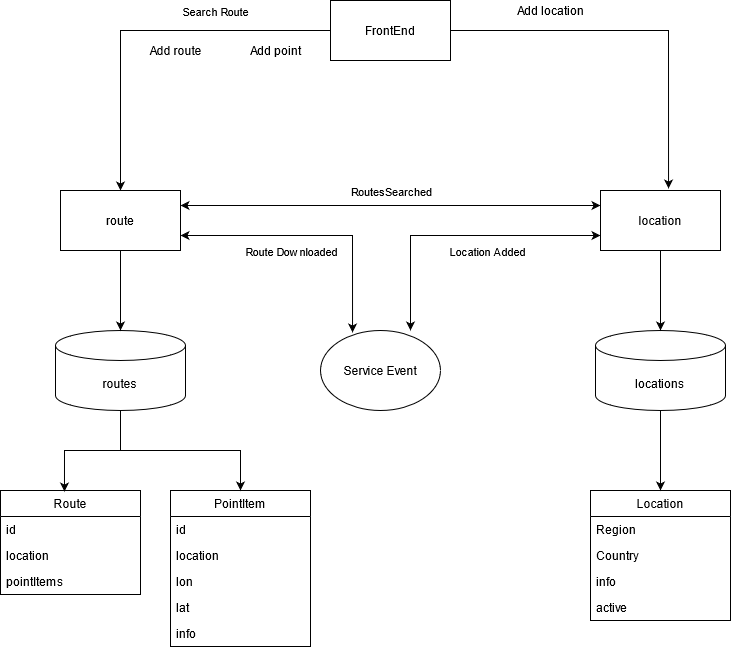
Earlier version of the draw.io export Loctravel-Component Diagram.png (aaandruha/Architect_WebApp). Source tidied: cells renumbered, new cells last; positions are measured from the earlier drawing's top-left corner, leaving out a move shared by most shapes. Source of this version:
```xml
<mxGraphModel>
  <root>
    <mxCell id="0" />
    <mxCell id="1" parent="0" />
    <mxCell id="2" style="edgeStyle=orthogonalEdgeStyle;rounded=0;jettySize=auto;html=1;exitX=0.5;exitY=1;exitDx=0;exitDy=0;exitPerimeter=0;entryX=0.457;entryY=0.01;entryDx=0;entryDy=0;entryPerimeter=0;startArrow=none;startFill=0;endArrow=classic;endFill=1;strokeColor=#000000;" parent="1" edge="1" source="4" target="22">
      <mxGeometry relative="1" as="geometry" />
    </mxCell>
    <mxCell id="3" style="edgeStyle=orthogonalEdgeStyle;rounded=0;jettySize=auto;html=1;exitX=0.5;exitY=1;exitDx=0;exitDy=0;exitPerimeter=0;entryX=0.5;entryY=0;entryDx=0;entryDy=0;startArrow=none;startFill=0;endArrow=classic;endFill=1;strokeColor=#000000;" parent="1" edge="1" source="4" target="26">
      <mxGeometry relative="1" as="geometry" />
    </mxCell>
    <mxCell id="4" value="routes" style="shape=cylinder3;whiteSpace=wrap;html=1;boundedLbl=1;backgroundOutline=1;size=15;" parent="1" vertex="1">
      <mxGeometry x="55" y="330" width="130" height="80" as="geometry" />
    </mxCell>
    <mxCell id="5" style="edgeStyle=orthogonalEdgeStyle;rounded=0;jettySize=auto;html=1;exitX=0.5;exitY=1;exitDx=0;exitDy=0;exitPerimeter=0;startArrow=none;startFill=0;endArrow=classic;endFill=1;strokeColor=#000000;" parent="1" edge="1" source="6" target="32">
      <mxGeometry relative="1" as="geometry" />
    </mxCell>
    <mxCell id="6" value="&lt;div&gt;locations&lt;/div&gt;" style="shape=cylinder3;whiteSpace=wrap;html=1;boundedLbl=1;backgroundOutline=1;size=15;" parent="1" vertex="1">
      <mxGeometry x="595" y="330" width="130" height="80" as="geometry" />
    </mxCell>
    <mxCell id="7" style="edgeStyle=orthogonalEdgeStyle;rounded=0;jettySize=auto;html=1;exitX=1;exitY=0.25;exitDx=0;exitDy=0;entryX=0;entryY=0.25;entryDx=0;entryDy=0;startArrow=classic;startFill=1;" parent="1" edge="1" source="14" target="18">
      <mxGeometry relative="1" as="geometry" />
    </mxCell>
    <mxCell id="8" value="&lt;div&gt;RoutesSearched&lt;br&gt;&lt;/div&gt;" style="edgeLabel;html=1;align=center;verticalAlign=middle;" parent="7" vertex="1">
      <mxGeometry x="0.19" y="1" relative="1" as="geometry">
        <mxPoint x="-39" y="-14" as="offset" />
      </mxGeometry>
    </mxCell>
    <mxCell id="9" style="edgeStyle=orthogonalEdgeStyle;rounded=0;jettySize=auto;html=1;exitX=1;exitY=0.75;exitDx=0;exitDy=0;entryX=0.267;entryY=0.025;entryDx=0;entryDy=0;entryPerimeter=0;startArrow=classic;startFill=1;strokeColor=#000000;" parent="1" edge="1" source="14" target="19">
      <mxGeometry relative="1" as="geometry" />
    </mxCell>
    <mxCell id="10" value="&lt;div&gt;Route Downloaded&lt;/div&gt;" style="edgeLabel;html=1;align=center;verticalAlign=middle;" parent="9" vertex="1">
      <mxGeometry x="-0.28" y="-2" relative="1" as="geometry">
        <mxPoint x="13" y="13" as="offset" />
      </mxGeometry>
    </mxCell>
    <mxCell id="11" style="edgeStyle=orthogonalEdgeStyle;rounded=0;jettySize=auto;html=1;exitX=0.5;exitY=0;exitDx=0;exitDy=0;entryX=0;entryY=0.5;entryDx=0;entryDy=0;startArrow=classic;startFill=1;strokeColor=#000000;endArrow=none;endFill=0;" parent="1" edge="1" source="14" target="21">
      <mxGeometry relative="1" as="geometry" />
    </mxCell>
    <mxCell id="12" value="Search Route" style="edgeLabel;html=1;align=center;verticalAlign=middle;" parent="11" vertex="1">
      <mxGeometry x="0.37" y="-2" relative="1" as="geometry">
        <mxPoint y="-22" as="offset" />
      </mxGeometry>
    </mxCell>
    <mxCell id="13" style="edgeStyle=orthogonalEdgeStyle;rounded=0;jettySize=auto;html=1;exitX=0.5;exitY=1;exitDx=0;exitDy=0;startArrow=none;startFill=0;endArrow=classic;endFill=1;strokeColor=#000000;" parent="1" edge="1" source="14" target="4">
      <mxGeometry relative="1" as="geometry" />
    </mxCell>
    <mxCell id="14" value="&lt;div&gt;route&lt;/div&gt;" style="rounded=0;whiteSpace=wrap;html=1;" parent="1" vertex="1">
      <mxGeometry x="60" y="190" width="120" height="60" as="geometry" />
    </mxCell>
    <mxCell id="15" style="edgeStyle=orthogonalEdgeStyle;rounded=0;jettySize=auto;html=1;exitX=0;exitY=0.75;exitDx=0;exitDy=0;entryX=0.75;entryY=0;entryDx=0;entryDy=0;entryPerimeter=0;startArrow=classic;startFill=1;strokeColor=#000000;" parent="1" edge="1" source="18" target="19">
      <mxGeometry relative="1" as="geometry" />
    </mxCell>
    <mxCell id="16" value="&lt;div&gt;Location Added &lt;/div&gt;" style="edgeLabel;html=1;align=center;verticalAlign=middle;" parent="15" vertex="1">
      <mxGeometry x="-0.2" y="4" relative="1" as="geometry">
        <mxPoint y="11" as="offset" />
      </mxGeometry>
    </mxCell>
    <mxCell id="17" style="edgeStyle=orthogonalEdgeStyle;rounded=0;jettySize=auto;html=1;exitX=0.5;exitY=1;exitDx=0;exitDy=0;startArrow=none;startFill=0;endArrow=classic;endFill=1;strokeColor=#000000;" parent="1" edge="1" source="18" target="6">
      <mxGeometry relative="1" as="geometry" />
    </mxCell>
    <mxCell id="18" value="&lt;div&gt;location&lt;/div&gt;" style="rounded=0;whiteSpace=wrap;html=1;" parent="1" vertex="1">
      <mxGeometry x="600" y="190" width="120" height="60" as="geometry" />
    </mxCell>
    <mxCell id="19" value="&lt;div&gt;Service Event&lt;/div&gt;" style="ellipse;whiteSpace=wrap;html=1;" parent="1" vertex="1">
      <mxGeometry x="320" y="330" width="120" height="80" as="geometry" />
    </mxCell>
    <mxCell id="20" style="edgeStyle=orthogonalEdgeStyle;rounded=0;jettySize=auto;html=1;exitX=1;exitY=0.5;exitDx=0;exitDy=0;entryX=0.567;entryY=-0.033;entryDx=0;entryDy=0;entryPerimeter=0;startArrow=none;startFill=0;strokeColor=#000000;" parent="1" edge="1" source="21" target="18">
      <mxGeometry relative="1" as="geometry" />
    </mxCell>
    <mxCell id="21" value="&lt;div&gt;FrontEnd&lt;/div&gt;" style="rounded=0;whiteSpace=wrap;html=1;" parent="1" vertex="1">
      <mxGeometry x="330" width="120" height="60" as="geometry" />
    </mxCell>
    <mxCell id="22" value="Route" style="swimlane;fontStyle=0;horizontal=1;startSize=26;fillColor=none;" parent="1" vertex="1">
      <mxGeometry y="490" width="140" height="104" as="geometry" />
    </mxCell>
    <mxCell id="23" value="id" style="text;strokeColor=none;fillColor=none;align=left;verticalAlign=top;spacingLeft=4;spacingRight=4;overflow=hidden;" parent="22" vertex="1">
      <mxGeometry y="26" width="140" height="26" as="geometry" />
    </mxCell>
    <mxCell id="24" value="location" style="text;strokeColor=none;fillColor=none;align=left;verticalAlign=top;spacingLeft=4;spacingRight=4;overflow=hidden;" parent="22" vertex="1">
      <mxGeometry y="52" width="140" height="26" as="geometry" />
    </mxCell>
    <mxCell id="25" value="pointItems" style="text;strokeColor=none;fillColor=none;align=left;verticalAlign=top;spacingLeft=4;spacingRight=4;overflow=hidden;" parent="22" vertex="1">
      <mxGeometry y="78" width="140" height="26" as="geometry" />
    </mxCell>
    <mxCell id="26" value="PointItem" style="swimlane;fontStyle=0;horizontal=1;startSize=26;fillColor=none;" parent="1" vertex="1">
      <mxGeometry x="170" y="490" width="140" height="156" as="geometry" />
    </mxCell>
    <mxCell id="27" value="id" style="text;strokeColor=none;fillColor=none;align=left;verticalAlign=top;spacingLeft=4;spacingRight=4;overflow=hidden;" parent="26" vertex="1">
      <mxGeometry y="26" width="140" height="26" as="geometry" />
    </mxCell>
    <mxCell id="28" value="location" style="text;strokeColor=none;fillColor=none;align=left;verticalAlign=top;spacingLeft=4;spacingRight=4;overflow=hidden;" parent="26" vertex="1">
      <mxGeometry y="52" width="140" height="26" as="geometry" />
    </mxCell>
    <mxCell id="29" value="lon" style="text;strokeColor=none;fillColor=none;align=left;verticalAlign=top;spacingLeft=4;spacingRight=4;overflow=hidden;" parent="26" vertex="1">
      <mxGeometry y="78" width="140" height="26" as="geometry" />
    </mxCell>
    <mxCell id="30" value="lat" style="text;strokeColor=none;fillColor=none;align=left;verticalAlign=top;spacingLeft=4;spacingRight=4;overflow=hidden;" parent="26" vertex="1">
      <mxGeometry y="104" width="140" height="26" as="geometry" />
    </mxCell>
    <mxCell id="31" value="info" style="text;strokeColor=none;fillColor=none;align=left;verticalAlign=top;spacingLeft=4;spacingRight=4;overflow=hidden;" parent="26" vertex="1">
      <mxGeometry y="130" width="140" height="26" as="geometry" />
    </mxCell>
    <mxCell id="32" value="Location" style="swimlane;fontStyle=0;horizontal=1;startSize=26;fillColor=none;" parent="1" vertex="1">
      <mxGeometry x="590" y="490" width="140" height="130" as="geometry" />
    </mxCell>
    <mxCell id="33" value="Region" style="text;strokeColor=none;fillColor=none;align=left;verticalAlign=top;spacingLeft=4;spacingRight=4;overflow=hidden;" parent="32" vertex="1">
      <mxGeometry y="26" width="140" height="26" as="geometry" />
    </mxCell>
    <mxCell id="34" value="Country" style="text;strokeColor=none;fillColor=none;align=left;verticalAlign=top;spacingLeft=4;spacingRight=4;overflow=hidden;" parent="32" vertex="1">
      <mxGeometry y="52" width="140" height="26" as="geometry" />
    </mxCell>
    <mxCell id="35" value="info" style="text;strokeColor=none;fillColor=none;align=left;verticalAlign=top;spacingLeft=4;spacingRight=4;overflow=hidden;" parent="32" vertex="1">
      <mxGeometry y="78" width="140" height="26" as="geometry" />
    </mxCell>
    <mxCell id="36" value="active" style="text;strokeColor=none;fillColor=none;align=left;verticalAlign=top;spacingLeft=4;spacingRight=4;overflow=hidden;" parent="32" vertex="1">
      <mxGeometry y="104" width="140" height="26" as="geometry" />
    </mxCell>
    <mxCell id="37" value="Add location" style="text;html=1;align=center;verticalAlign=middle;" parent="1" vertex="1">
      <mxGeometry x="510" width="80" height="20" as="geometry" />
    </mxCell>
    <mxCell id="38" value="Add route" style="text;html=1;align=center;verticalAlign=middle;" parent="1" vertex="1">
      <mxGeometry x="140" y="40" width="70" height="20" as="geometry" />
    </mxCell>
    <mxCell id="39" value="Add point" style="text;html=1;align=center;verticalAlign=middle;" parent="1" vertex="1">
      <mxGeometry x="240" y="40" width="70" height="20" as="geometry" />
    </mxCell>
  </root>
</mxGraphModel>
```
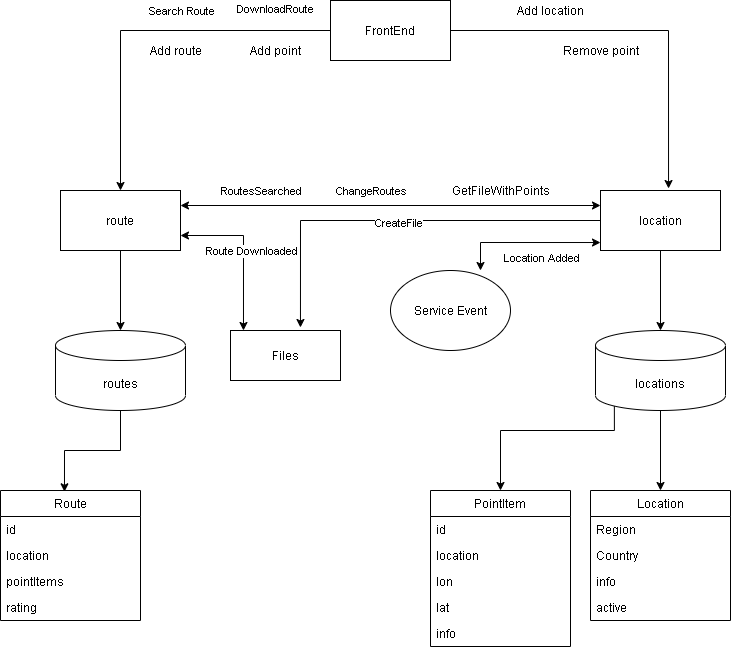
Above is the later version.

Commit message:
Измен диаграмм компонентов и последовательностей

Change to the diagram source:
```diff
@@ -5,8 +5,13 @@
     <mxCell id="2" style="edgeStyle=orthogonalEdgeStyle;rounded=0;jettySize=auto;html=1;exitX=0.5;exitY=1;exitDx=0;exitDy=0;exitPerimeter=0;entryX=0.457;entryY=0.01;entryDx=0;entryDy=0;entryPerimeter=0;startArrow=none;startFill=0;endArrow=classic;endFill=1;strokeColor=#000000;" parent="1" edge="1" source="4" target="22">
       <mxGeometry relative="1" as="geometry" />
     </mxCell>
-    <mxCell id="3" style="edgeStyle=orthogonalEdgeStyle;rounded=0;jettySize=auto;html=1;exitX=0.5;exitY=1;exitDx=0;exitDy=0;exitPerimeter=0;entryX=0.5;entryY=0;entryDx=0;entryDy=0;startArrow=none;startFill=0;endArrow=classic;endFill=1;strokeColor=#000000;" parent="1" edge="1" source="4" target="26">
-      <mxGeometry relative="1" as="geometry" />
+    <mxCell id="3" style="edgeStyle=orthogonalEdgeStyle;rounded=0;jettySize=auto;html=1;entryX=0.5;entryY=0;entryDx=0;entryDy=0;startArrow=none;startFill=0;endArrow=classic;endFill=1;strokeColor=#000000;exitX=0.145;exitY=1;exitDx=0;exitDy=-4.35;exitPerimeter=0;" parent="1" edge="1" source="6" target="26">
+      <mxGeometry relative="1" as="geometry">
+        <Array as="points">
+          <mxPoint x="614" y="430" />
+          <mxPoint x="500" y="430" />
+        </Array>
+      </mxGeometry>
     </mxCell>
     <mxCell id="4" value="routes" style="shape=cylinder3;whiteSpace=wrap;html=1;boundedLbl=1;backgroundOutline=1;size=15;" parent="1" vertex="1">
       <mxGeometry x="55" y="330" width="130" height="80" as="geometry" />
@@ -22,10 +27,10 @@
     </mxCell>
     <mxCell id="8" value="&lt;div&gt;RoutesSearched&lt;br&gt;&lt;/div&gt;" style="edgeLabel;html=1;align=center;verticalAlign=middle;" parent="7" vertex="1">
       <mxGeometry x="0.19" y="1" relative="1" as="geometry">
-        <mxPoint x="-39" y="-14" as="offset" />
+        <mxPoint x="-169" y="-14" as="offset" />
       </mxGeometry>
     </mxCell>
-    <mxCell id="9" style="edgeStyle=orthogonalEdgeStyle;rounded=0;jettySize=auto;html=1;exitX=1;exitY=0.75;exitDx=0;exitDy=0;entryX=0.267;entryY=0.025;entryDx=0;entryDy=0;entryPerimeter=0;startArrow=classic;startFill=1;strokeColor=#000000;" parent="1" edge="1" source="14" target="19">
+    <mxCell id="9" style="edgeStyle=orthogonalEdgeStyle;rounded=0;jettySize=auto;html=1;exitX=1;exitY=0.75;exitDx=0;exitDy=0;entryX=0.118;entryY=0;entryDx=0;entryDy=0;entryPerimeter=0;startArrow=classic;startFill=1;strokeColor=#000000;" parent="1" edge="1" source="14" target="45">
       <mxGeometry relative="1" as="geometry" />
     </mxCell>
     <mxCell id="10" value="&lt;div&gt;Route Downloaded&lt;/div&gt;" style="edgeLabel;html=1;align=center;verticalAlign=middle;" parent="9" vertex="1">
@@ -38,7 +43,7 @@
     </mxCell>
     <mxCell id="12" value="Search Route" style="edgeLabel;html=1;align=center;verticalAlign=middle;" parent="11" vertex="1">
       <mxGeometry x="0.37" y="-2" relative="1" as="geometry">
-        <mxPoint y="-22" as="offset" />
+        <mxPoint x="-34" y="-22" as="offset" />
       </mxGeometry>
     </mxCell>
     <mxCell id="13" style="edgeStyle=orthogonalEdgeStyle;rounded=0;jettySize=auto;html=1;exitX=0.5;exitY=1;exitDx=0;exitDy=0;startArrow=none;startFill=0;endArrow=classic;endFill=1;strokeColor=#000000;" parent="1" edge="1" source="14" target="4">
@@ -47,7 +52,7 @@
     <mxCell id="14" value="&lt;div&gt;route&lt;/div&gt;" style="rounded=0;whiteSpace=wrap;html=1;" parent="1" vertex="1">
       <mxGeometry x="60" y="190" width="120" height="60" as="geometry" />
     </mxCell>
-    <mxCell id="15" style="edgeStyle=orthogonalEdgeStyle;rounded=0;jettySize=auto;html=1;exitX=0;exitY=0.75;exitDx=0;exitDy=0;entryX=0.75;entryY=0;entryDx=0;entryDy=0;entryPerimeter=0;startArrow=classic;startFill=1;strokeColor=#000000;" parent="1" edge="1" source="18" target="19">
+    <mxCell id="15" style="edgeStyle=orthogonalEdgeStyle;rounded=0;jettySize=auto;html=1;exitX=0;exitY=0.867;exitDx=0;exitDy=0;entryX=0.75;entryY=0;entryDx=0;entryDy=0;entryPerimeter=0;startArrow=classic;startFill=1;strokeColor=#000000;exitPerimeter=0;" parent="1" edge="1" source="18" target="19">
       <mxGeometry relative="1" as="geometry" />
     </mxCell>
     <mxCell id="16" value="&lt;div&gt;Location Added &lt;/div&gt;" style="edgeLabel;html=1;align=center;verticalAlign=middle;" parent="15" vertex="1">
@@ -58,11 +63,17 @@
     <mxCell id="17" style="edgeStyle=orthogonalEdgeStyle;rounded=0;jettySize=auto;html=1;exitX=0.5;exitY=1;exitDx=0;exitDy=0;startArrow=none;startFill=0;endArrow=classic;endFill=1;strokeColor=#000000;" parent="1" edge="1" source="18" target="6">
       <mxGeometry relative="1" as="geometry" />
     </mxCell>
+    <mxCell id="40" style="edgeStyle=orthogonalEdgeStyle;rounded=0;jettySize=auto;html=1;exitX=0;exitY=0.5;exitDx=0;exitDy=0;entryX=0.636;entryY=-0.06;entryDx=0;entryDy=0;entryPerimeter=0;shadow=0;strokeColor=#000000;" parent="1" edge="1" source="18" target="45">
+      <mxGeometry relative="1" as="geometry" />
+    </mxCell>
+    <mxCell id="41" value="CreateFile" style="edgeLabel;html=1;align=center;verticalAlign=middle;" parent="40" vertex="1">
+      <mxGeometry y="2" relative="1" as="geometry" />
+    </mxCell>
     <mxCell id="18" value="&lt;div&gt;location&lt;/div&gt;" style="rounded=0;whiteSpace=wrap;html=1;" parent="1" vertex="1">
       <mxGeometry x="600" y="190" width="120" height="60" as="geometry" />
     </mxCell>
     <mxCell id="19" value="&lt;div&gt;Service Event&lt;/div&gt;" style="ellipse;whiteSpace=wrap;html=1;" parent="1" vertex="1">
-      <mxGeometry x="320" y="330" width="120" height="80" as="geometry" />
+      <mxGeometry x="390" y="270" width="120" height="80" as="geometry" />
     </mxCell>
     <mxCell id="20" style="edgeStyle=orthogonalEdgeStyle;rounded=0;jettySize=auto;html=1;exitX=1;exitY=0.5;exitDx=0;exitDy=0;entryX=0.567;entryY=-0.033;entryDx=0;entryDy=0;entryPerimeter=0;startArrow=none;startFill=0;strokeColor=#000000;" parent="1" edge="1" source="21" target="18">
       <mxGeometry relative="1" as="geometry" />
@@ -71,7 +82,7 @@
       <mxGeometry x="330" width="120" height="60" as="geometry" />
     </mxCell>
     <mxCell id="22" value="Route" style="swimlane;fontStyle=0;horizontal=1;startSize=26;fillColor=none;" parent="1" vertex="1">
-      <mxGeometry y="490" width="140" height="104" as="geometry" />
+      <mxGeometry y="490" width="140" height="130" as="geometry" />
     </mxCell>
     <mxCell id="23" value="id" style="text;strokeColor=none;fillColor=none;align=left;verticalAlign=top;spacingLeft=4;spacingRight=4;overflow=hidden;" parent="22" vertex="1">
       <mxGeometry y="26" width="140" height="26" as="geometry" />
@@ -82,8 +93,11 @@
     <mxCell id="25" value="pointItems" style="text;strokeColor=none;fillColor=none;align=left;verticalAlign=top;spacingLeft=4;spacingRight=4;overflow=hidden;" parent="22" vertex="1">
       <mxGeometry y="78" width="140" height="26" as="geometry" />
     </mxCell>
+    <mxCell id="42" value="rating" style="text;strokeColor=none;fillColor=none;align=left;verticalAlign=top;spacingLeft=4;spacingRight=4;overflow=hidden;" parent="22" vertex="1">
+      <mxGeometry y="104" width="140" height="26" as="geometry" />
+    </mxCell>
     <mxCell id="26" value="PointItem" style="swimlane;fontStyle=0;horizontal=1;startSize=26;fillColor=none;" parent="1" vertex="1">
-      <mxGeometry x="170" y="490" width="140" height="156" as="geometry" />
+      <mxGeometry x="430" y="490" width="140" height="156" as="geometry" />
     </mxCell>
     <mxCell id="27" value="id" style="text;strokeColor=none;fillColor=none;align=left;verticalAlign=top;spacingLeft=4;spacingRight=4;overflow=hidden;" parent="26" vertex="1">
       <mxGeometry y="26" width="140" height="26" as="geometry" />
@@ -124,5 +138,22 @@
     <mxCell id="39" value="Add point" style="text;html=1;align=center;verticalAlign=middle;" parent="1" vertex="1">
       <mxGeometry x="240" y="40" width="70" height="20" as="geometry" />
     </mxCell>
+    <mxCell id="43" value="Remove point" style="text;html=1;align=center;verticalAlign=middle;" parent="1" vertex="1">
+      <mxGeometry x="555" y="40" width="90" height="20" as="geometry" />
+    </mxCell>
+    <mxCell id="44" value="&lt;div&gt;ChangeRoutes&lt;br&gt;&lt;/div&gt;" style="edgeLabel;html=1;align=center;verticalAlign=middle;" parent="1" vertex="1">
+      <mxGeometry x="370" y="190" as="geometry" />
+    </mxCell>
+    <mxCell id="45" value="Files" style="html=1;" parent="1" vertex="1">
+      <mxGeometry x="230" y="330" width="110" height="50" as="geometry" />
+    </mxCell>
+    <mxCell id="46" value="GetFileWithPoints" style="text;html=1;align=center;verticalAlign=middle;" parent="1" vertex="1">
+      <mxGeometry x="445" y="180" width="110" height="20" as="geometry" />
+    </mxCell>
+    <mxCell id="47" value="DownloadRoute" style="edgeLabel;html=1;align=center;verticalAlign=middle;" parent="1" vertex="1">
+      <mxGeometry x="280" y="10" as="geometry">
+        <mxPoint x="-6" y="-2" as="offset" />
+      </mxGeometry>
+    </mxCell>
   </root>
 </mxGraphModel>
```
